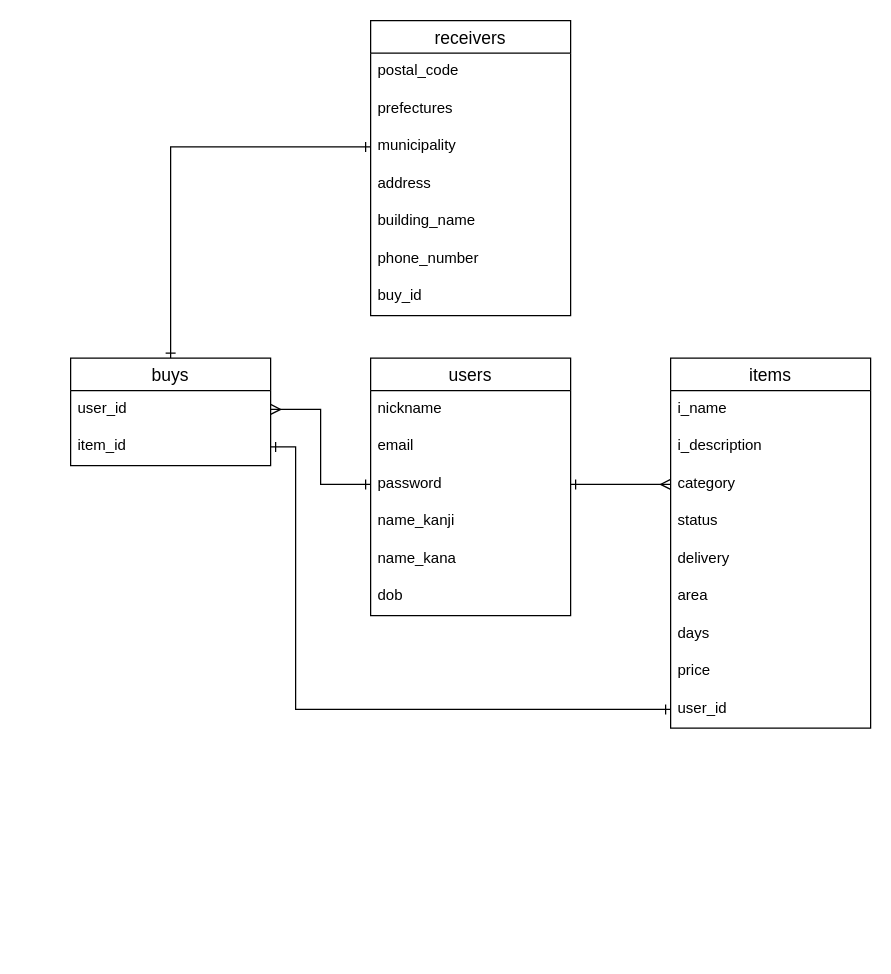
Before: furima_er.dio in nina2728/furima-34709, a draw.io diagram. Source tidied: cells renumbered, new cells numbered last; positions are measured from the earlier drawing's top-left corner, leaving out a move shared by most shapes. Both pictures are drawn from the tidied source at 125%, with x=0, y=0 at pixel (70, 20).
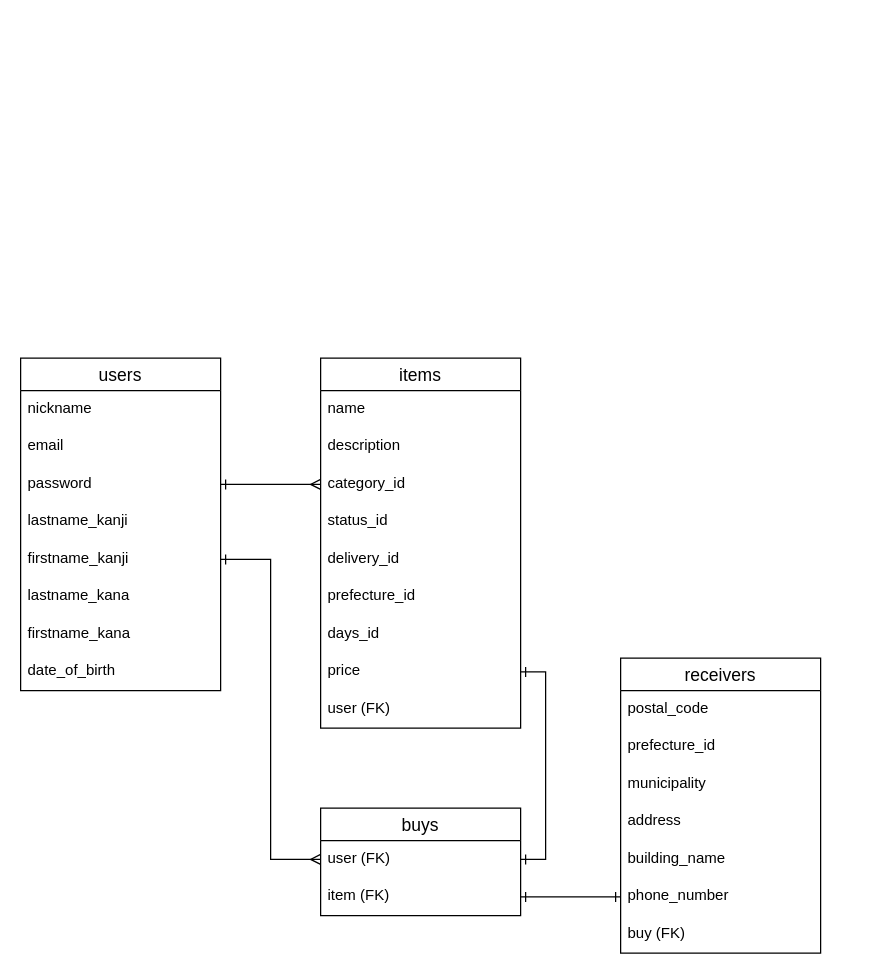
The same diagram, later.

Commit message (it also covers changes not shown here):
レビュー修正

レビュー頂いた内容の修正
active_hashの使いまわせそうな場所追加
ER図見やすく修正

The change refers to these unchanged cells:
```xml
<mxCell id="5" value="password" style="text;strokeColor=none;fillColor=none;spacingLeft=4;spacingRight=4;overflow=hidden;points=[[0,0.5],[1,0.5]];portConstraint=eastwest;fontSize=12;" parent="2" vertex="1">
  <mxGeometry y="86" width="160" height="30" as="geometry" />
</mxCell>
<mxCell id="17" value="price" style="text;strokeColor=none;fillColor=none;spacingLeft=4;spacingRight=4;overflow=hidden;points=[[0,0.5],[1,0.5]];portConstraint=eastwest;fontSize=12;" parent="9" vertex="1">
  <mxGeometry y="236" width="160" height="30" as="geometry" />
</mxCell>
<mxCell id="27" value="municipality" style="text;strokeColor=none;fillColor=none;spacingLeft=4;spacingRight=4;overflow=hidden;points=[[0,0.5],[1,0.5]];portConstraint=eastwest;fontSize=12;" parent="24" vertex="1">
  <mxGeometry y="86" width="160" height="30" as="geometry" />
</mxCell>
<mxCell id="30" value="phone_number" style="text;strokeColor=none;fillColor=none;spacingLeft=4;spacingRight=4;overflow=hidden;points=[[0,0.5],[1,0.5]];portConstraint=eastwest;fontSize=12;" parent="24" vertex="1">
  <mxGeometry y="176" width="160" height="30" as="geometry" />
</mxCell>
```

What changed in the source:
```diff
@@
     <mxCell id="2" value="users" style="swimlane;fontStyle=0;horizontal=1;startSize=26;align=center;fontSize=14;" parent="1" vertex="1">
-      <mxGeometry x="240" y="270" width="160" height="206" as="geometry" />
+      <mxGeometry x="-40" y="270" width="160" height="266" as="geometry" />
     </mxCell>
@@
-    <mxCell id="6" value="name_kanji" style="text;strokeColor=none;fillColor=none;spacingLeft=4;spacingRight=4;overflow=hidden;fontSize=12;" parent="2" vertex="1">
+    <mxCell id="6" value="lastname_kanji" style="text;strokeColor=none;fillColor=none;spacingLeft=4;spacingRight=4;overflow=hidden;fontSize=12;" parent="2" vertex="1">
       <mxGeometry y="116" width="160" height="30" as="geometry" />
     </mxCell>
-    <mxCell id="7" value="name_kana" style="text;strokeColor=none;fillColor=none;spacingLeft=4;spacingRight=4;overflow=hidden;points=[[0,0.5],[1,0.5]];portConstraint=eastwest;fontSize=12;" parent="2" vertex="1">
+    <mxCell id="7" value="firstname_kanji" style="text;strokeColor=none;fillColor=none;spacingLeft=4;spacingRight=4;overflow=hidden;points=[[0,0.5],[1,0.5]];portConstraint=eastwest;fontSize=12;" parent="2" vertex="1">
       <mxGeometry y="146" width="160" height="30" as="geometry" />
     </mxCell>
+    <mxCell id="34" value="lastname_kana" style="text;strokeColor=none;fillColor=none;spacingLeft=4;spacingRight=4;overflow=hidden;fontSize=12;" parent="2" vertex="1">
+      <mxGeometry y="176" width="160" height="30" as="geometry" />
+    </mxCell>
+    <mxCell id="35" value="firstname_kana" style="text;strokeColor=none;fillColor=none;spacingLeft=4;spacingRight=4;overflow=hidden;fontSize=12;" parent="2" vertex="1">
+      <mxGeometry y="206" width="160" height="30" as="geometry" />
+    </mxCell>
-    <mxCell id="8" value="dob" style="text;strokeColor=none;fillColor=none;spacingLeft=4;spacingRight=4;overflow=hidden;fontSize=12;" parent="2" vertex="1">
-      <mxGeometry y="176" width="160" height="30" as="geometry" />
+    <mxCell id="8" value="date_of_birth" style="text;strokeColor=none;fillColor=none;spacingLeft=4;spacingRight=4;overflow=hidden;fontSize=12;" parent="2" vertex="1">
+      <mxGeometry y="236" width="160" height="30" as="geometry" />
     </mxCell>
     <mxCell id="9" value="items" style="swimlane;fontStyle=0;horizontal=1;startSize=26;align=center;fontSize=14;" parent="1" vertex="1">
-      <mxGeometry x="480" y="270" width="160" height="296" as="geometry" />
+      <mxGeometry x="200" y="270" width="160" height="296" as="geometry" />
     </mxCell>
-    <mxCell id="10" value="i_name" style="text;strokeColor=none;fillColor=none;spacingLeft=4;spacingRight=4;overflow=hidden;fontSize=12;" parent="9" vertex="1">
+    <mxCell id="10" value="name" style="text;strokeColor=none;fillColor=none;spacingLeft=4;spacingRight=4;overflow=hidden;fontSize=12;" parent="9" vertex="1">
       <mxGeometry y="26" width="160" height="30" as="geometry" />
     </mxCell>
-    <mxCell id="11" value="i_description" style="text;strokeColor=none;fillColor=none;spacingLeft=4;spacingRight=4;overflow=hidden;fontSize=12;" parent="9" vertex="1">
+    <mxCell id="11" value="description" style="text;strokeColor=none;fillColor=none;spacingLeft=4;spacingRight=4;overflow=hidden;fontSize=12;" parent="9" vertex="1">
       <mxGeometry y="56" width="160" height="30" as="geometry" />
     </mxCell>
-    <mxCell id="12" value="category" style="text;strokeColor=none;fillColor=none;spacingLeft=4;spacingRight=4;overflow=hidden;points=[[0,0.5],[1,0.5]];portConstraint=eastwest;fontSize=12;" parent="9" vertex="1">
+    <mxCell id="12" value="category_id" style="text;strokeColor=none;fillColor=none;spacingLeft=4;spacingRight=4;overflow=hidden;points=[[0,0.5],[1,0.5]];portConstraint=eastwest;fontSize=12;" parent="9" vertex="1">
       <mxGeometry y="86" width="160" height="30" as="geometry" />
     </mxCell>
-    <mxCell id="13" value="status" style="text;strokeColor=none;fillColor=none;spacingLeft=4;spacingRight=4;overflow=hidden;fontSize=12;" parent="9" vertex="1">
+    <mxCell id="13" value="status_id" style="text;strokeColor=none;fillColor=none;spacingLeft=4;spacingRight=4;overflow=hidden;fontSize=12;" parent="9" vertex="1">
       <mxGeometry y="116" width="160" height="30" as="geometry" />
     </mxCell>
-    <mxCell id="14" value="delivery" style="text;strokeColor=none;fillColor=none;spacingLeft=4;spacingRight=4;overflow=hidden;fontSize=12;" parent="9" vertex="1">
+    <mxCell id="14" value="delivery_id" style="text;strokeColor=none;fillColor=none;spacingLeft=4;spacingRight=4;overflow=hidden;fontSize=12;" parent="9" vertex="1">
       <mxGeometry y="146" width="160" height="30" as="geometry" />
     </mxCell>
-    <mxCell id="15" value="area" style="text;strokeColor=none;fillColor=none;spacingLeft=4;spacingRight=4;overflow=hidden;fontSize=12;" parent="9" vertex="1">
+    <mxCell id="15" value="prefecture_id" style="text;strokeColor=none;fillColor=none;spacingLeft=4;spacingRight=4;overflow=hidden;fontSize=12;" parent="9" vertex="1">
       <mxGeometry y="176" width="160" height="30" as="geometry" />
     </mxCell>
-    <mxCell id="16" value="days" style="text;strokeColor=none;fillColor=none;spacingLeft=4;spacingRight=4;overflow=hidden;fontSize=12;" parent="9" vertex="1">
+    <mxCell id="16" value="days_id" style="text;strokeColor=none;fillColor=none;spacingLeft=4;spacingRight=4;overflow=hidden;fontSize=12;" parent="9" vertex="1">
       <mxGeometry y="206" width="160" height="30" as="geometry" />
     </mxCell>
@@
-    <mxCell id="18" value="user_id" style="text;strokeColor=none;fillColor=none;spacingLeft=4;spacingRight=4;overflow=hidden;points=[[0,0.5],[1,0.5]];portConstraint=eastwest;fontSize=12;" parent="9" vertex="1">
+    <mxCell id="18" value="user (FK)" style="text;strokeColor=none;fillColor=none;spacingLeft=4;spacingRight=4;overflow=hidden;points=[[0,0.5],[1,0.5]];portConstraint=eastwest;fontSize=12;" parent="9" vertex="1">
       <mxGeometry y="266" width="160" height="30" as="geometry" />
     </mxCell>
-    <mxCell id="19" style="edgeStyle=orthogonalEdgeStyle;rounded=0;jettySize=auto;html=1;exitX=0.5;exitY=0;exitDx=0;exitDy=0;entryX=0;entryY=0.5;entryDx=0;entryDy=0;startArrow=ERone;startFill=0;endArrow=ERone;endFill=0;" parent="1" edge="1" source="20" target="27">
-      <mxGeometry relative="1" as="geometry" />
-    </mxCell>
     <mxCell id="20" value="buys" style="swimlane;fontStyle=0;horizontal=1;startSize=26;align=center;fontSize=14;" parent="1" vertex="1">
-      <mxGeometry y="270" width="160" height="86" as="geometry" />
+      <mxGeometry x="200" y="630" width="160" height="86" as="geometry" />
     </mxCell>
-    <mxCell id="21" value="user_id" style="text;strokeColor=none;fillColor=none;spacingLeft=4;spacingRight=4;overflow=hidden;points=[[0,0.5],[1,0.5]];portConstraint=eastwest;fontSize=12;" parent="20" vertex="1">
+    <mxCell id="21" value="user (FK)" style="text;strokeColor=none;fillColor=none;spacingLeft=4;spacingRight=4;overflow=hidden;points=[[0,0.5],[1,0.5]];portConstraint=eastwest;fontSize=12;" parent="20" vertex="1">
       <mxGeometry y="26" width="160" height="30" as="geometry" />
     </mxCell>
-    <mxCell id="22" value="item_id" style="text;strokeColor=none;fillColor=none;spacingLeft=4;spacingRight=4;overflow=hidden;points=[[0,0.5],[1,0.5]];portConstraint=eastwest;fontSize=12;" parent="20" vertex="1">
+    <mxCell id="22" value="item (FK)" style="text;strokeColor=none;fillColor=none;spacingLeft=4;spacingRight=4;overflow=hidden;points=[[0,0.5],[1,0.5]];portConstraint=eastwest;fontSize=12;" parent="20" vertex="1">
       <mxGeometry y="56" width="160" height="30" as="geometry" />
     </mxCell>
@@
     <mxCell id="24" value="receivers" style="swimlane;fontStyle=0;horizontal=1;startSize=26;align=center;fontSize=14;" parent="1" vertex="1">
-      <mxGeometry x="240" width="160" height="236" as="geometry" />
+      <mxGeometry x="440" y="510" width="160" height="236" as="geometry" />
     </mxCell>
@@
-    <mxCell id="26" value="prefectures" style="text;strokeColor=none;fillColor=none;spacingLeft=4;spacingRight=4;overflow=hidden;fontSize=12;" parent="24" vertex="1">
+    <mxCell id="26" value="prefecture_id" style="text;strokeColor=none;fillColor=none;spacingLeft=4;spacingRight=4;overflow=hidden;fontSize=12;" parent="24" vertex="1">
       <mxGeometry y="56" width="160" height="30" as="geometry" />
     </mxCell>
@@
-    <mxCell id="31" value="buy_id" style="text;strokeColor=none;fillColor=none;spacingLeft=4;spacingRight=4;overflow=hidden;fontSize=12;" parent="24" vertex="1">
+    <mxCell id="31" value="buy (FK)" style="text;strokeColor=none;fillColor=none;spacingLeft=4;spacingRight=4;overflow=hidden;fontSize=12;" parent="24" vertex="1">
       <mxGeometry y="206" width="160" height="30" as="geometry" />
     </mxCell>
-    <mxCell id="32" style="edgeStyle=orthogonalEdgeStyle;rounded=0;jettySize=auto;html=1;exitX=1;exitY=0.5;exitDx=0;exitDy=0;entryX=0;entryY=0.5;entryDx=0;entryDy=0;startArrow=ERmany;startFill=0;endArrow=ERone;endFill=0;" parent="1" edge="1" source="21" target="5">
-      <mxGeometry relative="1" as="geometry" />
-    </mxCell>
-    <mxCell id="33" style="edgeStyle=orthogonalEdgeStyle;rounded=0;jettySize=auto;html=1;exitX=1;exitY=0.5;exitDx=0;exitDy=0;entryX=0;entryY=0.5;entryDx=0;entryDy=0;startArrow=ERone;startFill=0;endArrow=ERone;endFill=0;" parent="1" edge="1" source="22" target="18">
-      <mxGeometry relative="1" as="geometry">
-        <Array as="points">
-          <mxPoint x="180" y="341" />
-          <mxPoint x="180" y="551" />
-        </Array>
-      </mxGeometry>
-    </mxCell>
+    <mxCell id="36" style="edgeStyle=orthogonalEdgeStyle;rounded=0;jettySize=auto;html=1;exitX=1;exitY=0.5;exitDx=0;exitDy=0;entryX=0;entryY=0.5;entryDx=0;entryDy=0;startArrow=ERone;startFill=0;endArrow=ERmany;endFill=0;" parent="1" edge="1" source="7" target="21">
+      <mxGeometry relative="1" as="geometry" />
+    </mxCell>
+    <mxCell id="37" style="edgeStyle=orthogonalEdgeStyle;rounded=0;jettySize=auto;html=1;exitX=1;exitY=0.5;exitDx=0;exitDy=0;entryX=1;entryY=0.5;entryDx=0;entryDy=0;startArrow=ERone;startFill=0;endArrow=ERone;endFill=0;" parent="1" edge="1" source="21" target="17">
+      <mxGeometry relative="1" as="geometry" />
+    </mxCell>
+    <mxCell id="38" style="edgeStyle=orthogonalEdgeStyle;rounded=0;jettySize=auto;html=1;exitX=1;exitY=0.5;exitDx=0;exitDy=0;entryX=0;entryY=0.5;entryDx=0;entryDy=0;startArrow=ERone;startFill=0;endArrow=ERone;endFill=0;" parent="1" edge="1" source="22" target="30">
+      <mxGeometry relative="1" as="geometry" />
+    </mxCell>
```
